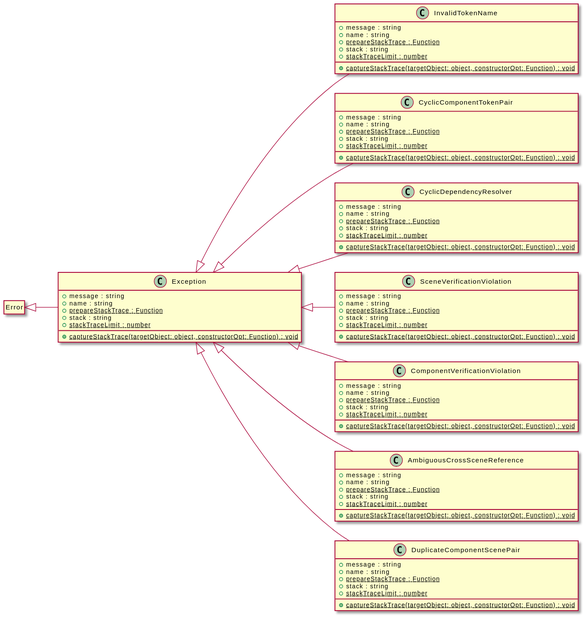
This is assets/Exception-umlClassDiagram-4.svg from zorse-lang/adk, a PlantUML export, as it was before one commit.
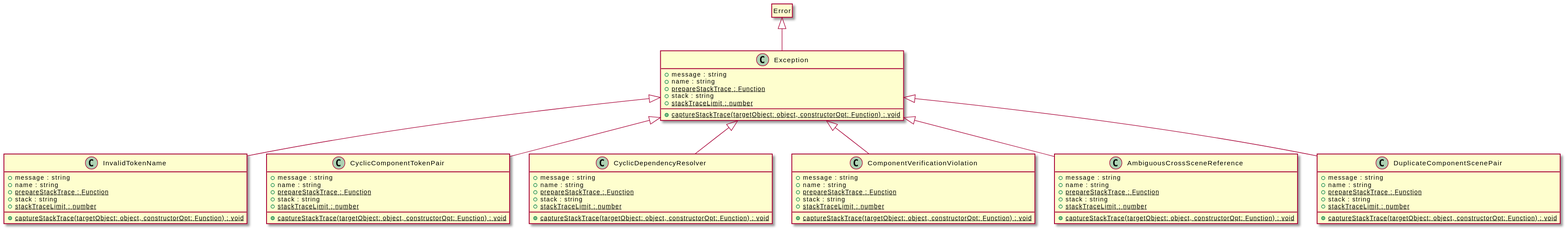
Above is the later version.

Diff of the diagram source:
```diff
@@ -1,6 +1,5 @@
 @startuml
 skinparam BackgroundColor transparent
-left to right direction
 hide empty methods
 hide empty fields
 class "Exception" {
@@ -41,15 +40,6 @@
     {static} +captureStackTrace(targetObject: object, constructorOpt: Function) : void
 }
 "Exception" <|-- "CyclicDependencyResolver"
-class "SceneVerificationViolation" {
-    +message : string
-    +name : string
-    {static} +prepareStackTrace : Function
-    +stack : string
-    {static} +stackTraceLimit : number
-    {static} +captureStackTrace(targetObject: object, constructorOpt: Function) : void
-}
-"Exception" <|-- "SceneVerificationViolation"
 class "ComponentVerificationViolation" {
     +message : string
     +name : string
```
